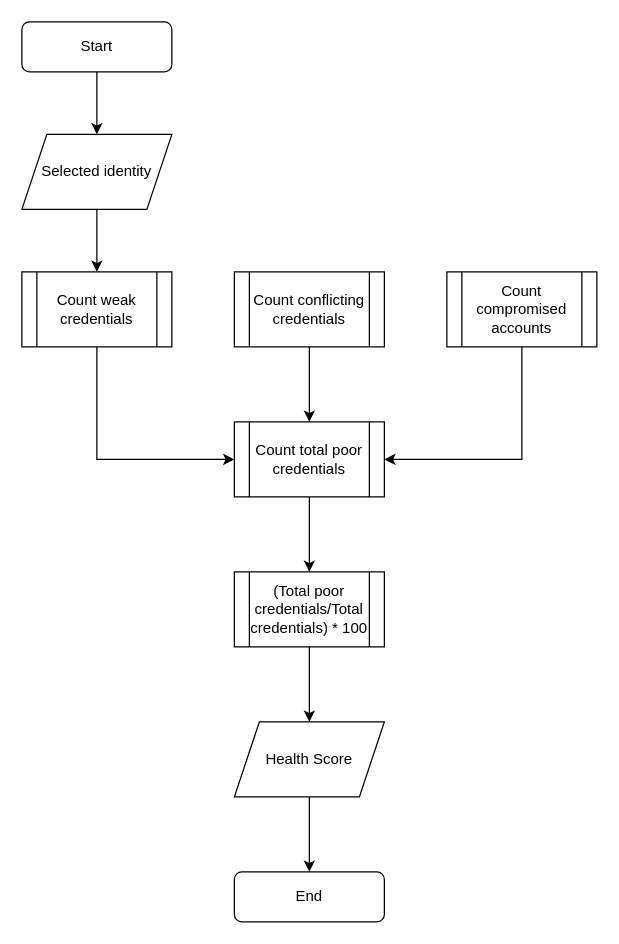
000xE/vIDsafe keeps this draw.io diagram as page "Calculate health score" (3 of 5) of Designs/Diagrams/vIDsafe backend diagrams.drawio. Above is the earlier version. Source tidied: cells renumbered, new cells numbered last; positions are measured from the earlier drawing's top-left corner, leaving out a move shared by most shapes. Both pictures are drawn from the tidied source at 125%, with x=0, y=0 at pixel (21, 21).
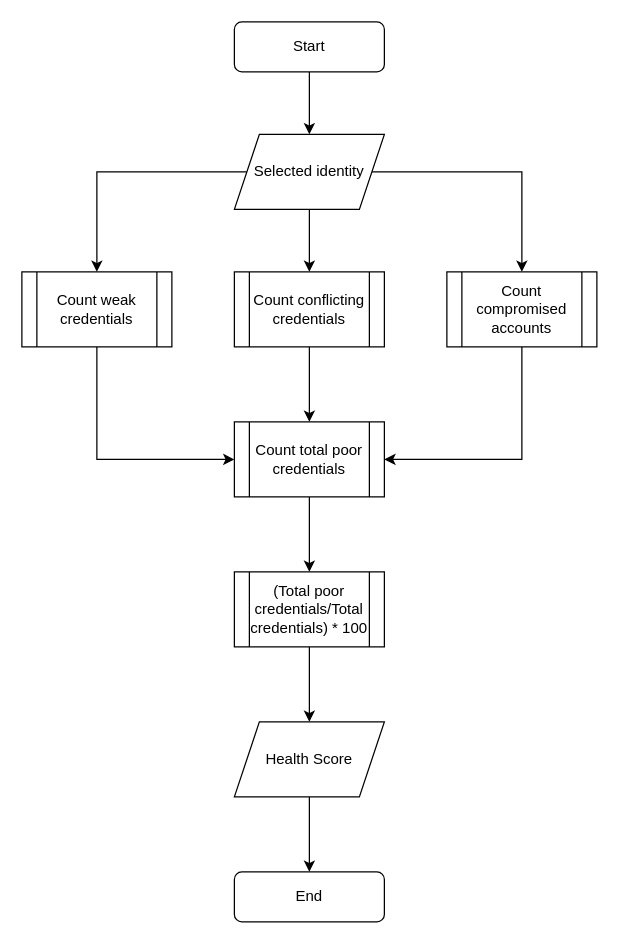
The same page after the edit.

Unchanged cells that the change refers to:
```xml
<mxCell id="8" value="Count weak credentials" style="shape=process;whiteSpace=wrap;html=1;backgroundOutline=1;" parent="1" vertex="1">
  <mxGeometry y="200" width="120" height="60" as="geometry" />
</mxCell>
<mxCell id="10" value="Count conflicting credentials" style="shape=process;whiteSpace=wrap;html=1;backgroundOutline=1;" parent="1" vertex="1">
  <mxGeometry x="170" y="200" width="120" height="60" as="geometry" />
</mxCell>
<mxCell id="12" value="Count compromised accounts" style="shape=process;whiteSpace=wrap;html=1;backgroundOutline=1;" parent="1" vertex="1">
  <mxGeometry x="340" y="200" width="120" height="60" as="geometry" />
</mxCell>
```

Diff of the diagram source:
```diff
@@
     <mxCell id="3" value="Start" style="rounded=1;whiteSpace=wrap;html=1;fontSize=12;glass=0;strokeWidth=1;shadow=0;" parent="1" vertex="1">
-      <mxGeometry width="120" height="40" as="geometry" />
+      <mxGeometry x="170" width="120" height="40" as="geometry" />
     </mxCell>
@@
-    <mxCell id="5" style="edgeStyle=orthogonalEdgeStyle;rounded=0;jettySize=auto;html=1;entryX=0.5;entryY=0;entryDx=0;entryDy=0;" parent="1" edge="1" source="6" target="8">
+    <mxCell id="5" style="edgeStyle=orthogonalEdgeStyle;rounded=0;jettySize=auto;html=1;entryX=0.5;entryY=0;entryDx=0;entryDy=0;exitX=0;exitY=0.5;exitDx=0;exitDy=0;" parent="1" edge="1" source="6" target="8">
       <mxGeometry relative="1" as="geometry" />
     </mxCell>
+    <mxCell id="19" style="edgeStyle=orthogonalEdgeStyle;rounded=0;jettySize=auto;html=1;exitX=0.5;exitY=1;exitDx=0;exitDy=0;entryX=0.5;entryY=0;entryDx=0;entryDy=0;" parent="1" edge="1" source="6" target="10">
+      <mxGeometry relative="1" as="geometry" />
+    </mxCell>
+    <mxCell id="20" style="edgeStyle=orthogonalEdgeStyle;rounded=0;jettySize=auto;html=1;exitX=1;exitY=0.5;exitDx=0;exitDy=0;entryX=0.5;entryY=0;entryDx=0;entryDy=0;" parent="1" edge="1" source="6" target="12">
+      <mxGeometry relative="1" as="geometry" />
+    </mxCell>
     <mxCell id="6" value="Selected identity" style="shape=parallelogram;perimeter=parallelogramPerimeter;whiteSpace=wrap;html=1;fixedSize=1;" parent="1" vertex="1">
-      <mxGeometry y="90" width="120" height="60" as="geometry" />
+      <mxGeometry x="170" y="90" width="120" height="60" as="geometry" />
     </mxCell>
```
